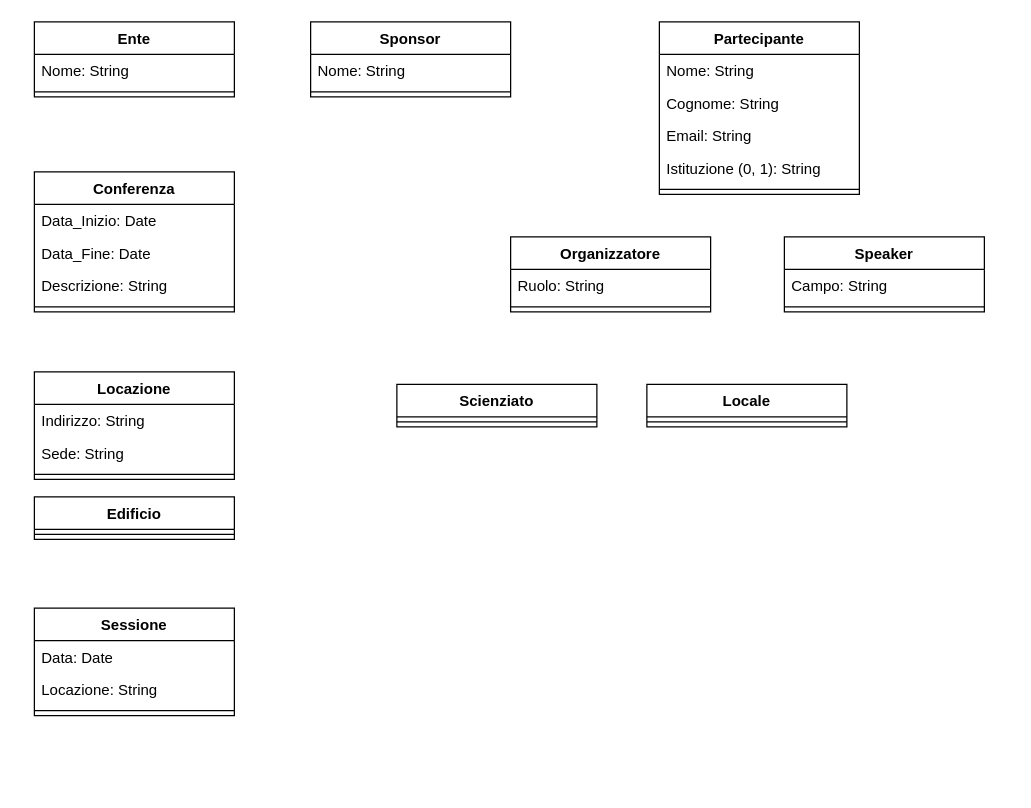
LeoCucurachi/GestioneConferenze keeps this draw.io diagram as page "Pagina-2" (2 of 2) of UML-DB/Conferenze.drawio. Above is the earlier version. Source tidied: cells renumbered, new cells numbered last; positions are measured from the earlier drawing's top-left corner, leaving out a move shared by most shapes. Both pictures are drawn from the tidied source at 125%, with x=0, y=0 at pixel (34, 21).
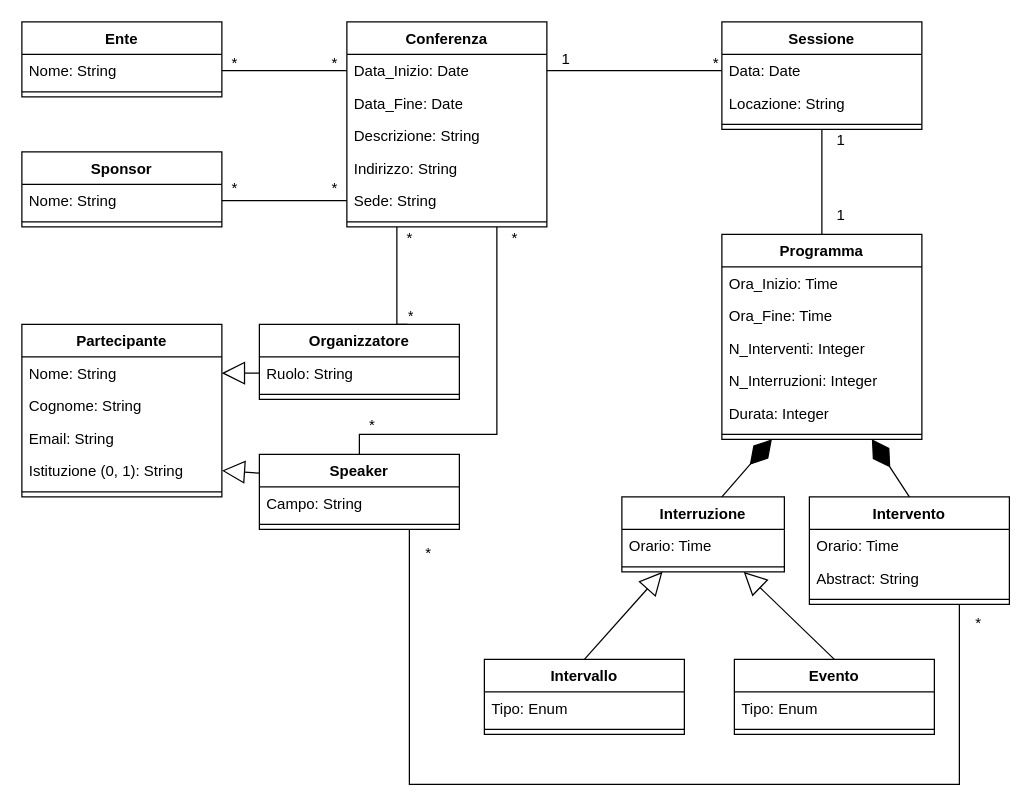
The same diagram, later.

Commit message:
Aggiunta pagina numero 2

Unchanged cells that the change refers to:
```xml
<mxCell id="3" value="Data_Inizio: Date" style="text;strokeColor=none;fillColor=none;align=left;verticalAlign=top;spacingLeft=4;spacingRight=4;overflow=hidden;points=[[0,0.5],[1,0.5]];portConstraint=eastwest;whiteSpace=wrap;html=1;" parent="2" vertex="1">
  <mxGeometry y="26" width="160" height="26" as="geometry" />
</mxCell>
<mxCell id="12" value="Nome: String" style="text;strokeColor=none;fillColor=none;align=left;verticalAlign=top;spacingLeft=4;spacingRight=4;overflow=hidden;points=[[0,0.5],[1,0.5]];portConstraint=eastwest;whiteSpace=wrap;html=1;" parent="11" vertex="1">
  <mxGeometry y="26" width="160" height="26" as="geometry" />
</mxCell>
<mxCell id="15" value="Nome: String" style="text;strokeColor=none;fillColor=none;align=left;verticalAlign=top;spacingLeft=4;spacingRight=4;overflow=hidden;points=[[0,0.5],[1,0.5]];portConstraint=eastwest;whiteSpace=wrap;html=1;" parent="14" vertex="1">
  <mxGeometry y="26" width="160" height="26" as="geometry" />
</mxCell>
<mxCell id="18" value="Nome: String" style="text;strokeColor=none;fillColor=none;align=left;verticalAlign=top;spacingLeft=4;spacingRight=4;overflow=hidden;points=[[0,0.5],[1,0.5]];portConstraint=eastwest;whiteSpace=wrap;html=1;" parent="17" vertex="1">
  <mxGeometry y="26" width="160" height="26" as="geometry" />
</mxCell>
<mxCell id="21" value="Istituzione (0, 1): String" style="text;strokeColor=none;fillColor=none;align=left;verticalAlign=top;spacingLeft=4;spacingRight=4;overflow=hidden;points=[[0,0.5],[1,0.5]];portConstraint=eastwest;whiteSpace=wrap;html=1;" parent="17" vertex="1">
  <mxGeometry y="104" width="160" height="26" as="geometry" />
</mxCell>
<mxCell id="27" value="Ruolo: String" style="text;strokeColor=none;fillColor=none;align=left;verticalAlign=top;spacingLeft=4;spacingRight=4;overflow=hidden;points=[[0,0.5],[1,0.5]];portConstraint=eastwest;whiteSpace=wrap;html=1;" parent="26" vertex="1">
  <mxGeometry y="26" width="160" height="26" as="geometry" />
</mxCell>
<mxCell id="34" value="Data: Date" style="text;strokeColor=none;fillColor=none;align=left;verticalAlign=top;spacingLeft=4;spacingRight=4;overflow=hidden;points=[[0,0.5],[1,0.5]];portConstraint=eastwest;whiteSpace=wrap;html=1;" parent="33" vertex="1">
  <mxGeometry y="26" width="160" height="26" as="geometry" />
</mxCell>
```

The edit, as a diff of the source:
```diff
@@
     <mxCell id="2" value="Conferenza" style="swimlane;fontStyle=1;align=center;verticalAlign=top;horizontal=1;startSize=26;whiteSpace=wrap;html=1;" parent="1" vertex="1">
-      <mxGeometry y="120" width="160" height="112" as="geometry" />
+      <mxGeometry x="250" width="160" height="164" as="geometry" />
     </mxCell>
@@
-    <mxCell id="6" style="line;strokeWidth=1;fillColor=none;align=left;verticalAlign=middle;spacingTop=-1;spacingLeft=3;spacingRight=3;labelPosition=right;strokeColor=inherit;" parent="2" vertex="1">
-      <mxGeometry y="104" width="160" height="8" as="geometry" />
-    </mxCell>
-    <mxCell id="7" value="Locazione" style="swimlane;fontStyle=1;align=center;verticalAlign=top;horizontal=1;startSize=26;whiteSpace=wrap;html=1;" parent="1" vertex="1">
-      <mxGeometry y="280" width="160" height="86" as="geometry" />
-    </mxCell>
-    <mxCell id="8" value="Indirizzo: String" style="text;strokeColor=none;fillColor=none;align=left;verticalAlign=top;spacingLeft=4;spacingRight=4;overflow=hidden;whiteSpace=wrap;html=1;" parent="7" vertex="1">
-      <mxGeometry y="26" width="160" height="26" as="geometry" />
+    <mxCell id="8" value="Indirizzo: String" style="text;strokeColor=none;fillColor=none;align=left;verticalAlign=top;spacingLeft=4;spacingRight=4;overflow=hidden;whiteSpace=wrap;html=1;" parent="2" vertex="1">
+      <mxGeometry y="104" width="160" height="26" as="geometry" />
     </mxCell>
-    <mxCell id="9" value="Sede: String" style="text;strokeColor=none;fillColor=none;align=left;verticalAlign=top;spacingLeft=4;spacingRight=4;overflow=hidden;points=[[0,0.5],[1,0.5]];portConstraint=eastwest;whiteSpace=wrap;html=1;" parent="7" vertex="1">
-      <mxGeometry y="52" width="160" height="26" as="geometry" />
+    <mxCell id="9" value="Sede: String" style="text;strokeColor=none;fillColor=none;align=left;verticalAlign=top;spacingLeft=4;spacingRight=4;overflow=hidden;points=[[0,0.5],[1,0.5]];portConstraint=eastwest;whiteSpace=wrap;html=1;" parent="2" vertex="1">
+      <mxGeometry y="130" width="160" height="26" as="geometry" />
     </mxCell>
-    <mxCell id="10" style="line;strokeWidth=1;fillColor=none;align=left;verticalAlign=middle;spacingTop=-1;spacingLeft=3;spacingRight=3;labelPosition=right;strokeColor=inherit;" parent="7" vertex="1">
-      <mxGeometry y="78" width="160" height="8" as="geometry" />
-    </mxCell>
+    <mxCell id="6" style="line;strokeWidth=1;fillColor=none;align=left;verticalAlign=middle;spacingTop=-1;spacingLeft=3;spacingRight=3;labelPosition=right;strokeColor=inherit;" parent="2" vertex="1">
+      <mxGeometry y="156" width="160" height="8" as="geometry" />
+    </mxCell>
     <mxCell id="11" value="Ente" style="swimlane;fontStyle=1;align=center;verticalAlign=top;horizontal=1;startSize=26;whiteSpace=wrap;html=1;" parent="1" vertex="1">
-      <mxGeometry width="160" height="60" as="geometry" />
+      <mxGeometry x="-10" width="160" height="60" as="geometry" />
     </mxCell>
@@
     <mxCell id="14" value="Sponsor" style="swimlane;fontStyle=1;align=center;verticalAlign=top;horizontal=1;startSize=26;whiteSpace=wrap;html=1;" parent="1" vertex="1">
-      <mxGeometry x="221" width="160" height="60" as="geometry" />
+      <mxGeometry x="-10" y="104" width="160" height="60" as="geometry" />
     </mxCell>
@@
     <mxCell id="17" value="Partecipante" style="swimlane;fontStyle=1;align=center;verticalAlign=top;horizontal=1;startSize=26;whiteSpace=wrap;html=1;" parent="1" vertex="1">
-      <mxGeometry x="500" width="160" height="138" as="geometry" />
+      <mxGeometry x="-10" y="242" width="160" height="138" as="geometry" />
     </mxCell>
@@
+    <mxCell id="39" style="edgeStyle=orthogonalEdgeStyle;rounded=0;jettySize=auto;html=1;exitX=0.75;exitY=1;exitDx=0;exitDy=0;entryX=0.75;entryY=1;entryDx=0;entryDy=0;endArrow=none;endFill=0;" parent="1" edge="1" source="23" target="60">
+      <mxGeometry relative="1" as="geometry">
+        <Array as="points">
+          <mxPoint x="300" y="610" />
+          <mxPoint x="740" y="610" />
+        </Array>
+      </mxGeometry>
+    </mxCell>
     <mxCell id="23" value="Speaker" style="swimlane;fontStyle=1;align=center;verticalAlign=top;horizontal=1;startSize=26;whiteSpace=wrap;html=1;" parent="1" vertex="1">
-      <mxGeometry x="600" y="172" width="160" height="60" as="geometry" />
+      <mxGeometry x="180" y="346" width="160" height="60" as="geometry" />
     </mxCell>
@@
+    <mxCell id="40" style="edgeStyle=orthogonalEdgeStyle;rounded=0;jettySize=auto;html=1;exitX=0.75;exitY=0;exitDx=0;exitDy=0;entryX=0.25;entryY=1;entryDx=0;entryDy=0;endArrow=none;endFill=0;" parent="1" edge="1" source="26" target="2">
+      <mxGeometry relative="1" as="geometry">
+        <Array as="points">
+          <mxPoint x="290" y="242" />
+        </Array>
+      </mxGeometry>
+    </mxCell>
+    <mxCell id="41" value="*" style="edgeLabel;html=1;align=center;verticalAlign=middle;" parent="40" vertex="1">
+      <mxGeometry x="-0.61" y="-5" relative="1" as="geometry">
+        <mxPoint x="5" as="offset" />
+      </mxGeometry>
+    </mxCell>
     <mxCell id="26" value="Organizzatore" style="swimlane;fontStyle=1;align=center;verticalAlign=top;horizontal=1;startSize=26;whiteSpace=wrap;html=1;" parent="1" vertex="1">
-      <mxGeometry x="381" y="172" width="160" height="60" as="geometry" />
+      <mxGeometry x="180" y="242" width="160" height="60" as="geometry" />
     </mxCell>
@@
-    <mxCell id="29" value="Scienziato" style="swimlane;fontStyle=1;align=center;verticalAlign=top;horizontal=1;startSize=26;whiteSpace=wrap;html=1;" parent="1" vertex="1">
-      <mxGeometry x="290" y="290" width="160" height="34" as="geometry" />
-    </mxCell>
-    <mxCell id="30" style="line;strokeWidth=1;fillColor=none;align=left;verticalAlign=middle;spacingTop=-1;spacingLeft=3;spacingRight=3;labelPosition=right;strokeColor=inherit;" parent="29" vertex="1">
-      <mxGeometry y="26" width="160" height="8" as="geometry" />
-    </mxCell>
-    <mxCell id="31" value="Locale" style="swimlane;fontStyle=1;align=center;verticalAlign=top;horizontal=1;startSize=26;whiteSpace=wrap;html=1;" parent="1" vertex="1">
-      <mxGeometry x="490" y="290" width="160" height="34" as="geometry" />
-    </mxCell>
-    <mxCell id="32" style="line;strokeWidth=1;fillColor=none;align=left;verticalAlign=middle;spacingTop=-1;spacingLeft=3;spacingRight=3;labelPosition=right;strokeColor=inherit;" parent="31" vertex="1">
-      <mxGeometry y="26" width="160" height="8" as="geometry" />
-    </mxCell>
+    <mxCell id="42" style="edgeStyle=orthogonalEdgeStyle;rounded=0;jettySize=auto;html=1;exitX=0.5;exitY=1;exitDx=0;exitDy=0;entryX=0.5;entryY=0;entryDx=0;entryDy=0;endArrow=none;endFill=0;" parent="1" edge="1" source="33" target="43">
+      <mxGeometry relative="1" as="geometry" />
+    </mxCell>
     <mxCell id="33" value="Sessione" style="swimlane;fontStyle=1;align=center;verticalAlign=top;horizontal=1;startSize=26;whiteSpace=wrap;html=1;" parent="1" vertex="1">
-      <mxGeometry y="469" width="160" height="86" as="geometry" />
+      <mxGeometry x="550" width="160" height="86" as="geometry" />
     </mxCell>
@@
-    <mxCell id="37" value="Edificio" style="swimlane;fontStyle=1;align=center;verticalAlign=top;horizontal=1;startSize=26;whiteSpace=wrap;html=1;" parent="1" vertex="1">
-      <mxGeometry y="380" width="160" height="34" as="geometry" />
-    </mxCell>
-    <mxCell id="38" style="line;strokeWidth=1;fillColor=none;align=left;verticalAlign=middle;spacingTop=-1;spacingLeft=3;spacingRight=3;labelPosition=right;strokeColor=inherit;" parent="37" vertex="1">
-      <mxGeometry y="26" width="160" height="8" as="geometry" />
-    </mxCell>
+    <mxCell id="43" value="Programma" style="swimlane;fontStyle=1;align=center;verticalAlign=top;horizontal=1;startSize=26;whiteSpace=wrap;html=1;" parent="1" vertex="1">
+      <mxGeometry x="550" y="170" width="160" height="164" as="geometry" />
+    </mxCell>
+    <mxCell id="44" value="Ora_Inizio: Time" style="text;strokeColor=none;fillColor=none;align=left;verticalAlign=top;spacingLeft=4;spacingRight=4;overflow=hidden;whiteSpace=wrap;html=1;" parent="43" vertex="1">
+      <mxGeometry y="26" width="160" height="26" as="geometry" />
+    </mxCell>
+    <mxCell id="45" value="Ora_Fine: Time" style="text;strokeColor=none;fillColor=none;align=left;verticalAlign=top;spacingLeft=4;spacingRight=4;overflow=hidden;whiteSpace=wrap;html=1;" parent="43" vertex="1">
+      <mxGeometry y="52" width="160" height="26" as="geometry" />
+    </mxCell>
+    <mxCell id="46" value="N_Interventi: Integer" style="text;strokeColor=none;fillColor=none;align=left;verticalAlign=top;spacingLeft=4;spacingRight=4;overflow=hidden;whiteSpace=wrap;html=1;" parent="43" vertex="1">
+      <mxGeometry y="78" width="160" height="26" as="geometry" />
+    </mxCell>
+    <mxCell id="47" value="N_Interruzioni: Integer" style="text;strokeColor=none;fillColor=none;align=left;verticalAlign=top;spacingLeft=4;spacingRight=4;overflow=hidden;whiteSpace=wrap;html=1;" parent="43" vertex="1">
+      <mxGeometry y="104" width="160" height="26" as="geometry" />
+    </mxCell>
+    <mxCell id="48" value="Durata: Integer" style="text;strokeColor=none;fillColor=none;align=left;verticalAlign=top;spacingLeft=4;spacingRight=4;overflow=hidden;whiteSpace=wrap;html=1;" parent="43" vertex="1">
+      <mxGeometry y="130" width="160" height="26" as="geometry" />
+    </mxCell>
+    <mxCell id="49" style="line;strokeWidth=1;fillColor=none;align=left;verticalAlign=middle;spacingTop=-1;spacingLeft=3;spacingRight=3;labelPosition=right;strokeColor=inherit;" parent="43" vertex="1">
+      <mxGeometry y="156" width="160" height="8" as="geometry" />
+    </mxCell>
+    <mxCell id="50" value="Interruzione" style="swimlane;fontStyle=1;align=center;verticalAlign=top;horizontal=1;startSize=26;whiteSpace=wrap;html=1;" parent="1" vertex="1">
+      <mxGeometry x="470" y="380" width="130" height="60" as="geometry" />
+    </mxCell>
+    <mxCell id="51" style="endArrow=diamondThin;endFill=1;endSize=24;html=1;rounded=0;entryX=0.25;entryY=1;entryDx=0;entryDy=0;" parent="50" edge="1" target="43">
+      <mxGeometry relative="1" as="geometry">
+        <mxPoint x="80" as="sourcePoint" />
+      </mxGeometry>
+    </mxCell>
+    <mxCell id="52" value="Orario: Time" style="text;strokeColor=none;fillColor=none;align=left;verticalAlign=top;spacingLeft=4;spacingRight=4;overflow=hidden;whiteSpace=wrap;html=1;" parent="50" vertex="1">
+      <mxGeometry y="26" width="130" height="26" as="geometry" />
+    </mxCell>
+    <mxCell id="53" style="line;strokeWidth=1;fillColor=none;align=left;verticalAlign=middle;spacingTop=-1;spacingLeft=3;spacingRight=3;labelPosition=right;strokeColor=inherit;" parent="50" vertex="1">
+      <mxGeometry y="52" width="130" height="8" as="geometry" />
+    </mxCell>
+    <mxCell id="54" value="Intervallo" style="swimlane;fontStyle=1;align=center;verticalAlign=top;horizontal=1;startSize=26;whiteSpace=wrap;html=1;" parent="1" vertex="1">
+      <mxGeometry x="360" y="510" width="160" height="60" as="geometry" />
+    </mxCell>
+    <mxCell id="55" value="Tipo: Enum" style="text;strokeColor=none;fillColor=none;align=left;verticalAlign=top;spacingLeft=4;spacingRight=4;overflow=hidden;whiteSpace=wrap;html=1;" parent="54" vertex="1">
+      <mxGeometry y="26" width="160" height="26" as="geometry" />
+    </mxCell>
+    <mxCell id="56" style="line;strokeWidth=1;fillColor=none;align=left;verticalAlign=middle;spacingTop=-1;spacingLeft=3;spacingRight=3;labelPosition=right;strokeColor=inherit;" parent="54" vertex="1">
+      <mxGeometry y="52" width="160" height="8" as="geometry" />
+    </mxCell>
+    <mxCell id="57" value="Evento" style="swimlane;fontStyle=1;align=center;verticalAlign=top;horizontal=1;startSize=26;whiteSpace=wrap;html=1;" parent="1" vertex="1">
+      <mxGeometry x="560" y="510" width="160" height="60" as="geometry" />
+    </mxCell>
+    <mxCell id="58" value="Tipo: Enum" style="text;strokeColor=none;fillColor=none;align=left;verticalAlign=top;spacingLeft=4;spacingRight=4;overflow=hidden;whiteSpace=wrap;html=1;" parent="57" vertex="1">
+      <mxGeometry y="26" width="160" height="26" as="geometry" />
+    </mxCell>
+    <mxCell id="59" style="line;strokeWidth=1;fillColor=none;align=left;verticalAlign=middle;spacingTop=-1;spacingLeft=3;spacingRight=3;labelPosition=right;strokeColor=inherit;" parent="57" vertex="1">
+      <mxGeometry y="52" width="160" height="8" as="geometry" />
+    </mxCell>
+    <mxCell id="60" value="Intervento" style="swimlane;fontStyle=1;align=center;verticalAlign=top;horizontal=1;startSize=26;whiteSpace=wrap;html=1;" parent="1" vertex="1">
+      <mxGeometry x="620" y="380" width="160" height="86" as="geometry" />
+    </mxCell>
+    <mxCell id="61" style="endArrow=diamondThin;endFill=1;endSize=24;html=1;rounded=0;entryX=0.75;entryY=1;entryDx=0;entryDy=0;" parent="60" edge="1" target="43">
+      <mxGeometry relative="1" as="geometry">
+        <mxPoint x="80" as="sourcePoint" />
+      </mxGeometry>
+    </mxCell>
+    <mxCell id="62" value="Orario: Time" style="text;strokeColor=none;fillColor=none;align=left;verticalAlign=top;spacingLeft=4;spacingRight=4;overflow=hidden;whiteSpace=wrap;html=1;" parent="60" vertex="1">
+      <mxGeometry y="26" width="160" height="26" as="geometry" />
+    </mxCell>
+    <mxCell id="63" value="Abstract: String" style="text;strokeColor=none;fillColor=none;align=left;verticalAlign=top;spacingLeft=4;spacingRight=4;overflow=hidden;whiteSpace=wrap;html=1;" parent="60" vertex="1">
+      <mxGeometry y="52" width="160" height="26" as="geometry" />
+    </mxCell>
+    <mxCell id="10" style="line;strokeWidth=1;fillColor=none;align=left;verticalAlign=middle;spacingTop=-1;spacingLeft=3;spacingRight=3;labelPosition=right;strokeColor=inherit;" parent="60" vertex="1">
+      <mxGeometry y="78" width="160" height="8" as="geometry" />
+    </mxCell>
+    <mxCell id="64" style="edgeStyle=orthogonalEdgeStyle;rounded=0;jettySize=auto;html=1;exitX=1;exitY=0.5;exitDx=0;exitDy=0;entryX=0;entryY=0.5;entryDx=0;entryDy=0;endArrow=none;endFill=0;" parent="1" edge="1" source="12" target="3">
+      <mxGeometry relative="1" as="geometry" />
+    </mxCell>
+    <mxCell id="65" style="edgeStyle=orthogonalEdgeStyle;rounded=0;jettySize=auto;html=1;exitX=1;exitY=0.5;exitDx=0;exitDy=0;endArrow=none;endFill=0;" parent="1" edge="1" source="15" target="9">
+      <mxGeometry relative="1" as="geometry" />
+    </mxCell>
+    <mxCell id="66" value="*" style="text;html=1;align=center;verticalAlign=middle;strokeColor=none;fillColor=none;" parent="1" vertex="1">
+      <mxGeometry x="145" y="18" width="30" height="30" as="geometry" />
+    </mxCell>
+    <mxCell id="67" value="*" style="text;html=1;align=center;verticalAlign=middle;strokeColor=none;fillColor=none;" parent="1" vertex="1">
+      <mxGeometry x="225" y="18" width="30" height="30" as="geometry" />
+    </mxCell>
+    <mxCell id="68" value="*" style="text;html=1;align=center;verticalAlign=middle;strokeColor=none;fillColor=none;" parent="1" vertex="1">
+      <mxGeometry x="145" y="118" width="30" height="30" as="geometry" />
+    </mxCell>
+    <mxCell id="69" value="*" style="text;html=1;align=center;verticalAlign=middle;strokeColor=none;fillColor=none;" parent="1" vertex="1">
+      <mxGeometry x="225" y="118" width="30" height="30" as="geometry" />
+    </mxCell>
+    <mxCell id="70" style="edgeStyle=orthogonalEdgeStyle;rounded=0;jettySize=auto;html=1;exitX=1;exitY=0.5;exitDx=0;exitDy=0;endArrow=none;endFill=0;" parent="1" edge="1" source="3" target="34">
+      <mxGeometry relative="1" as="geometry" />
+    </mxCell>
+    <mxCell id="71" value="*" style="text;html=1;align=center;verticalAlign=middle;strokeColor=none;fillColor=none;" parent="1" vertex="1">
+      <mxGeometry x="530" y="18" width="30" height="30" as="geometry" />
+    </mxCell>
+    <mxCell id="72" value="1" style="text;html=1;align=center;verticalAlign=middle;strokeColor=none;fillColor=none;" parent="1" vertex="1">
+      <mxGeometry x="410" y="15" width="30" height="30" as="geometry" />
+    </mxCell>
+    <mxCell id="73" value="1" style="text;html=1;align=center;verticalAlign=middle;strokeColor=none;fillColor=none;" parent="1" vertex="1">
+      <mxGeometry x="630" y="80" width="30" height="30" as="geometry" />
+    </mxCell>
+    <mxCell id="74" value="1" style="text;html=1;align=center;verticalAlign=middle;strokeColor=none;fillColor=none;" parent="1" vertex="1">
+      <mxGeometry x="630" y="140" width="30" height="30" as="geometry" />
+    </mxCell>
+    <mxCell id="75" style="endArrow=block;endSize=16;endFill=0;html=1;rounded=0;entryX=0.25;entryY=1;entryDx=0;entryDy=0;exitX=0.5;exitY=0;exitDx=0;exitDy=0;" parent="1" edge="1" source="54" target="50">
+      <mxGeometry relative="1" as="geometry" />
+    </mxCell>
+    <mxCell id="76" style="endArrow=block;endSize=16;endFill=0;html=1;rounded=0;entryX=0.75;entryY=1;entryDx=0;entryDy=0;exitX=0.5;exitY=0;exitDx=0;exitDy=0;" parent="1" edge="1" source="57" target="50">
+      <mxGeometry relative="1" as="geometry" />
+    </mxCell>
+    <mxCell id="77" style="endArrow=block;endSize=16;endFill=0;html=1;rounded=0;entryX=1;entryY=0.5;entryDx=0;entryDy=0;exitX=0;exitY=0.5;exitDx=0;exitDy=0;" parent="1" edge="1" source="27" target="18">
+      <mxGeometry relative="1" as="geometry" />
+    </mxCell>
+    <mxCell id="78" style="endArrow=block;endSize=16;endFill=0;html=1;rounded=0;entryX=1;entryY=0.5;entryDx=0;entryDy=0;exitX=0;exitY=0.25;exitDx=0;exitDy=0;" parent="1" edge="1" source="23" target="21">
+      <mxGeometry relative="1" as="geometry" />
+    </mxCell>
+    <mxCell id="79" style="edgeStyle=orthogonalEdgeStyle;rounded=0;jettySize=auto;html=1;exitX=0.5;exitY=0;exitDx=0;exitDy=0;endArrow=none;endFill=0;entryX=0.75;entryY=1;entryDx=0;entryDy=0;" parent="1" edge="1" source="23" target="2">
+      <mxGeometry relative="1" as="geometry">
+        <Array as="points">
+          <mxPoint x="260" y="330" />
+          <mxPoint x="370" y="330" />
+        </Array>
+      </mxGeometry>
+    </mxCell>
+    <mxCell id="80" value="*" style="text;html=1;align=center;verticalAlign=middle;strokeColor=none;fillColor=none;" parent="1" vertex="1">
+      <mxGeometry x="285" y="158" width="30" height="30" as="geometry" />
+    </mxCell>
+    <mxCell id="81" value="*" style="text;html=1;align=center;verticalAlign=middle;strokeColor=none;fillColor=none;" parent="1" vertex="1">
+      <mxGeometry x="255" y="308" width="30" height="30" as="geometry" />
+    </mxCell>
+    <mxCell id="82" value="*" style="text;html=1;align=center;verticalAlign=middle;strokeColor=none;fillColor=none;" parent="1" vertex="1">
+      <mxGeometry x="369" y="158" width="30" height="30" as="geometry" />
+    </mxCell>
+    <mxCell id="83" value="*" style="text;html=1;align=center;verticalAlign=middle;strokeColor=none;fillColor=none;" parent="1" vertex="1">
+      <mxGeometry x="300" y="410" width="30" height="30" as="geometry" />
+    </mxCell>
+    <mxCell id="84" value="*" style="text;html=1;align=center;verticalAlign=middle;strokeColor=none;fillColor=none;" parent="1" vertex="1">
+      <mxGeometry x="740" y="466" width="30" height="30" as="geometry" />
+    </mxCell>
```
